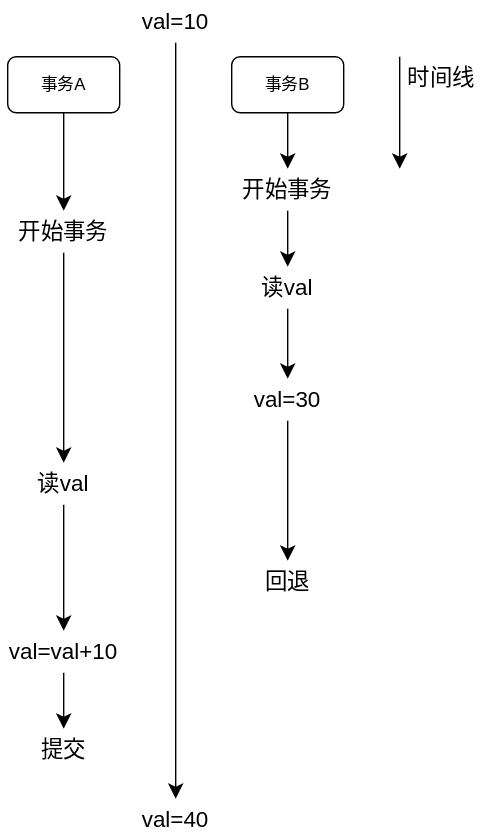
Before: img/mysql-脏读.svg, a diagram exported from draw.io (trophate/dnote). Source tidied: cells renumbered, new cells last; positions are measured from the earlier drawing's top-left corner, leaving out a move shared by most shapes. Source of this version:
```xml
<mxGraphModel>
  <root>
    <mxCell id="0" />
    <mxCell id="1" parent="0" />
    <mxCell id="2" value="事务A" style="rounded=1;whiteSpace=wrap;html=1;" parent="1" vertex="1">
      <mxGeometry x="5" y="40" width="80" height="40" as="geometry" />
    </mxCell>
    <mxCell id="3" value="事务B" style="rounded=1;whiteSpace=wrap;html=1;" parent="1" vertex="1">
      <mxGeometry x="165" y="40" width="80" height="40" as="geometry" />
    </mxCell>
    <mxCell id="4" style="endArrow=classic;html=1;rounded=0;fontSize=12;startSize=8;endSize=8;curved=1;" parent="1" edge="1">
      <mxGeometry relative="1" as="geometry">
        <mxPoint x="285" y="40" as="sourcePoint" />
        <mxPoint x="285" y="120" as="targetPoint" />
      </mxGeometry>
    </mxCell>
    <mxCell id="5" value="时间线" style="text;html=1;align=center;verticalAlign=middle;whiteSpace=wrap;rounded=0;fontSize=16;" parent="1" vertex="1">
      <mxGeometry x="285" y="40" width="60" height="30" as="geometry" />
    </mxCell>
    <mxCell id="6" value="开始事务" style="text;html=1;align=center;verticalAlign=middle;whiteSpace=wrap;rounded=0;fontSize=16;" parent="1" vertex="1">
      <mxGeometry x="165" y="120" width="80" height="30" as="geometry" />
    </mxCell>
    <mxCell id="7" style="endArrow=classic;html=1;rounded=0;fontSize=12;startSize=8;endSize=8;curved=1;exitX=0.5;exitY=1;exitDx=0;exitDy=0;entryX=0.5;entryY=0;entryDx=0;entryDy=0;" parent="1" edge="1" source="3" target="6">
      <mxGeometry relative="1" as="geometry" />
    </mxCell>
    <mxCell id="8" value="val=30" style="text;html=1;align=center;verticalAlign=middle;whiteSpace=wrap;rounded=0;fontSize=16;" parent="1" vertex="1">
      <mxGeometry x="175" y="270" width="60" height="30" as="geometry" />
    </mxCell>
    <mxCell id="9" value="开始事务" style="text;html=1;align=center;verticalAlign=middle;whiteSpace=wrap;rounded=0;fontSize=16;" parent="1" vertex="1">
      <mxGeometry x="5" y="150" width="80" height="30" as="geometry" />
    </mxCell>
    <mxCell id="10" value="回退" style="text;html=1;align=center;verticalAlign=middle;whiteSpace=wrap;rounded=0;fontSize=16;" parent="1" vertex="1">
      <mxGeometry x="180" y="400" width="50" height="30" as="geometry" />
    </mxCell>
    <mxCell id="11" style="endArrow=classic;html=1;rounded=0;fontSize=12;startSize=8;endSize=8;curved=1;exitX=0.5;exitY=1;exitDx=0;exitDy=0;entryX=0.5;entryY=0;entryDx=0;entryDy=0;" parent="1" edge="1" source="2" target="9">
      <mxGeometry relative="1" as="geometry" />
    </mxCell>
    <mxCell id="12" style="endArrow=classic;html=1;rounded=0;fontSize=12;startSize=8;endSize=8;curved=1;exitX=0.5;exitY=1;exitDx=0;exitDy=0;entryX=0.5;entryY=0;entryDx=0;entryDy=0;" parent="1" edge="1" source="6" target="22">
      <mxGeometry relative="1" as="geometry" />
    </mxCell>
    <mxCell id="13" value="val=val+10" style="text;html=1;align=center;verticalAlign=middle;whiteSpace=wrap;rounded=0;fontSize=16;" parent="1" vertex="1">
      <mxGeometry y="450" width="90" height="30" as="geometry" />
    </mxCell>
    <mxCell id="14" value="val=10" style="text;html=1;align=center;verticalAlign=middle;whiteSpace=wrap;rounded=0;fontSize=16;" parent="1" vertex="1">
      <mxGeometry x="95" width="60" height="30" as="geometry" />
    </mxCell>
    <mxCell id="15" style="endArrow=classic;html=1;rounded=0;fontSize=12;startSize=8;endSize=8;curved=1;exitX=0.5;exitY=1;exitDx=0;exitDy=0;entryX=0.5;entryY=0;entryDx=0;entryDy=0;" parent="1" edge="1" source="9" target="21">
      <mxGeometry relative="1" as="geometry" />
    </mxCell>
    <mxCell id="16" value="提交" style="text;html=1;align=center;verticalAlign=middle;whiteSpace=wrap;rounded=0;fontSize=16;" parent="1" vertex="1">
      <mxGeometry x="20" y="520" width="50" height="30" as="geometry" />
    </mxCell>
    <mxCell id="17" style="endArrow=classic;html=1;rounded=0;fontSize=12;startSize=8;endSize=8;curved=1;exitX=0.5;exitY=1;exitDx=0;exitDy=0;entryX=0.5;entryY=0;entryDx=0;entryDy=0;" parent="1" edge="1" source="8" target="10">
      <mxGeometry relative="1" as="geometry" />
    </mxCell>
    <mxCell id="18" style="endArrow=classic;html=1;rounded=0;fontSize=12;startSize=8;endSize=8;curved=1;exitX=0.5;exitY=1;exitDx=0;exitDy=0;entryX=0.5;entryY=0;entryDx=0;entryDy=0;" parent="1" edge="1" source="13" target="16">
      <mxGeometry relative="1" as="geometry" />
    </mxCell>
    <mxCell id="19" value="val=40" style="text;html=1;align=center;verticalAlign=middle;whiteSpace=wrap;rounded=0;fontSize=16;" parent="1" vertex="1">
      <mxGeometry x="95" y="570" width="60" height="30" as="geometry" />
    </mxCell>
    <mxCell id="20" style="endArrow=classic;html=1;rounded=0;fontSize=12;startSize=8;endSize=8;curved=1;exitX=0.5;exitY=1;exitDx=0;exitDy=0;entryX=0.5;entryY=0;entryDx=0;entryDy=0;" parent="1" edge="1" source="14" target="19">
      <mxGeometry relative="1" as="geometry" />
    </mxCell>
    <mxCell id="21" value="读val" style="text;html=1;align=center;verticalAlign=middle;whiteSpace=wrap;rounded=0;fontSize=16;" parent="1" vertex="1">
      <mxGeometry x="15" y="330" width="60" height="30" as="geometry" />
    </mxCell>
    <mxCell id="22" value="读val" style="text;html=1;align=center;verticalAlign=middle;whiteSpace=wrap;rounded=0;fontSize=16;" parent="1" vertex="1">
      <mxGeometry x="175" y="190" width="60" height="30" as="geometry" />
    </mxCell>
    <mxCell id="23" style="endArrow=classic;html=1;rounded=0;fontSize=12;startSize=8;endSize=8;curved=1;exitX=0.5;exitY=1;exitDx=0;exitDy=0;entryX=0.5;entryY=0;entryDx=0;entryDy=0;" parent="1" edge="1" source="22" target="8">
      <mxGeometry relative="1" as="geometry" />
    </mxCell>
    <mxCell id="24" style="endArrow=classic;html=1;rounded=0;fontSize=12;startSize=8;endSize=8;curved=1;exitX=0.5;exitY=1;exitDx=0;exitDy=0;entryX=0.5;entryY=0;entryDx=0;entryDy=0;" parent="1" edge="1" source="21" target="13">
      <mxGeometry relative="1" as="geometry" />
    </mxCell>
  </root>
</mxGraphModel>
```
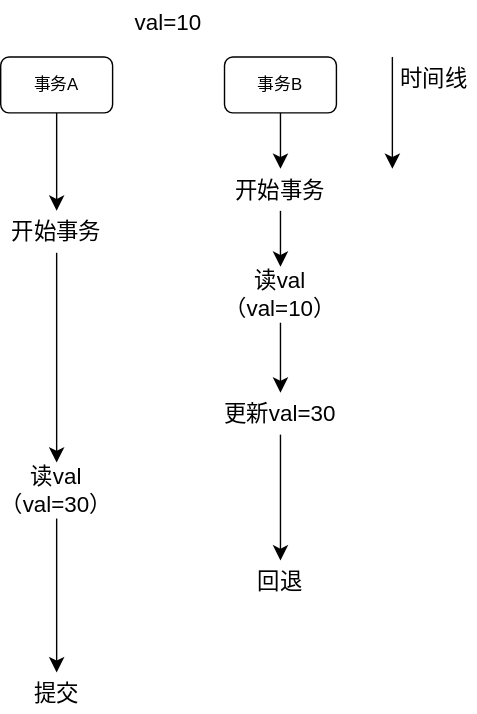
Later version of the same file.

What changed in the source:
```diff
@@ -23,8 +23,8 @@
     <mxCell id="7" style="endArrow=classic;html=1;rounded=0;fontSize=12;startSize=8;endSize=8;curved=1;exitX=0.5;exitY=1;exitDx=0;exitDy=0;entryX=0.5;entryY=0;entryDx=0;entryDy=0;" parent="1" edge="1" source="3" target="6">
       <mxGeometry relative="1" as="geometry" />
     </mxCell>
-    <mxCell id="8" value="val=30" style="text;html=1;align=center;verticalAlign=middle;whiteSpace=wrap;rounded=0;fontSize=16;" parent="1" vertex="1">
-      <mxGeometry x="175" y="270" width="60" height="30" as="geometry" />
+    <mxCell id="8" value="更新val=30" style="text;html=1;align=center;verticalAlign=middle;whiteSpace=wrap;rounded=0;fontSize=16;" parent="1" vertex="1">
+      <mxGeometry x="155" y="280" width="100" height="30" as="geometry" />
     </mxCell>
     <mxCell id="9" value="开始事务" style="text;html=1;align=center;verticalAlign=middle;whiteSpace=wrap;rounded=0;fontSize=16;" parent="1" vertex="1">
       <mxGeometry x="5" y="150" width="80" height="30" as="geometry" />
@@ -38,9 +38,6 @@
     <mxCell id="12" style="endArrow=classic;html=1;rounded=0;fontSize=12;startSize=8;endSize=8;curved=1;exitX=0.5;exitY=1;exitDx=0;exitDy=0;entryX=0.5;entryY=0;entryDx=0;entryDy=0;" parent="1" edge="1" source="6" target="22">
       <mxGeometry relative="1" as="geometry" />
     </mxCell>
-    <mxCell id="13" value="val=val+10" style="text;html=1;align=center;verticalAlign=middle;whiteSpace=wrap;rounded=0;fontSize=16;" parent="1" vertex="1">
-      <mxGeometry y="450" width="90" height="30" as="geometry" />
-    </mxCell>
     <mxCell id="14" value="val=10" style="text;html=1;align=center;verticalAlign=middle;whiteSpace=wrap;rounded=0;fontSize=16;" parent="1" vertex="1">
       <mxGeometry x="95" width="60" height="30" as="geometry" />
     </mxCell>
@@ -48,30 +45,21 @@
       <mxGeometry relative="1" as="geometry" />
     </mxCell>
     <mxCell id="16" value="提交" style="text;html=1;align=center;verticalAlign=middle;whiteSpace=wrap;rounded=0;fontSize=16;" parent="1" vertex="1">
-      <mxGeometry x="20" y="520" width="50" height="30" as="geometry" />
+      <mxGeometry x="20" y="480" width="50" height="30" as="geometry" />
     </mxCell>
     <mxCell id="17" style="endArrow=classic;html=1;rounded=0;fontSize=12;startSize=8;endSize=8;curved=1;exitX=0.5;exitY=1;exitDx=0;exitDy=0;entryX=0.5;entryY=0;entryDx=0;entryDy=0;" parent="1" edge="1" source="8" target="10">
       <mxGeometry relative="1" as="geometry" />
     </mxCell>
-    <mxCell id="18" style="endArrow=classic;html=1;rounded=0;fontSize=12;startSize=8;endSize=8;curved=1;exitX=0.5;exitY=1;exitDx=0;exitDy=0;entryX=0.5;entryY=0;entryDx=0;entryDy=0;" parent="1" edge="1" source="13" target="16">
-      <mxGeometry relative="1" as="geometry" />
-    </mxCell>
-    <mxCell id="19" value="val=40" style="text;html=1;align=center;verticalAlign=middle;whiteSpace=wrap;rounded=0;fontSize=16;" parent="1" vertex="1">
-      <mxGeometry x="95" y="570" width="60" height="30" as="geometry" />
-    </mxCell>
-    <mxCell id="20" style="endArrow=classic;html=1;rounded=0;fontSize=12;startSize=8;endSize=8;curved=1;exitX=0.5;exitY=1;exitDx=0;exitDy=0;entryX=0.5;entryY=0;entryDx=0;entryDy=0;" parent="1" edge="1" source="14" target="19">
-      <mxGeometry relative="1" as="geometry" />
-    </mxCell>
-    <mxCell id="21" value="读val" style="text;html=1;align=center;verticalAlign=middle;whiteSpace=wrap;rounded=0;fontSize=16;" parent="1" vertex="1">
-      <mxGeometry x="15" y="330" width="60" height="30" as="geometry" />
+    <mxCell id="21" value="读val&lt;div&gt;（val=30）&lt;/div&gt;" style="text;html=1;align=center;verticalAlign=middle;whiteSpace=wrap;rounded=0;fontSize=16;" parent="1" vertex="1">
+      <mxGeometry x="5" y="330" width="80" height="40" as="geometry" />
     </mxCell>
-    <mxCell id="22" value="读val" style="text;html=1;align=center;verticalAlign=middle;whiteSpace=wrap;rounded=0;fontSize=16;" parent="1" vertex="1">
-      <mxGeometry x="175" y="190" width="60" height="30" as="geometry" />
+    <mxCell id="22" value="读val&lt;div&gt;（val=10）&lt;/div&gt;" style="text;html=1;align=center;verticalAlign=middle;whiteSpace=wrap;rounded=0;fontSize=16;" parent="1" vertex="1">
+      <mxGeometry x="165" y="190" width="80" height="40" as="geometry" />
     </mxCell>
     <mxCell id="23" style="endArrow=classic;html=1;rounded=0;fontSize=12;startSize=8;endSize=8;curved=1;exitX=0.5;exitY=1;exitDx=0;exitDy=0;entryX=0.5;entryY=0;entryDx=0;entryDy=0;" parent="1" edge="1" source="22" target="8">
       <mxGeometry relative="1" as="geometry" />
     </mxCell>
-    <mxCell id="24" style="endArrow=classic;html=1;rounded=0;fontSize=12;startSize=8;endSize=8;curved=1;exitX=0.5;exitY=1;exitDx=0;exitDy=0;entryX=0.5;entryY=0;entryDx=0;entryDy=0;" parent="1" edge="1" source="21" target="13">
+    <mxCell id="24" style="endArrow=classic;html=1;rounded=0;fontSize=12;startSize=8;endSize=8;curved=1;exitX=0.5;exitY=1;exitDx=0;exitDy=0;entryX=0.5;entryY=0;entryDx=0;entryDy=0;" parent="1" edge="1" source="21" target="16">
       <mxGeometry relative="1" as="geometry" />
     </mxCell>
   </root>
```
